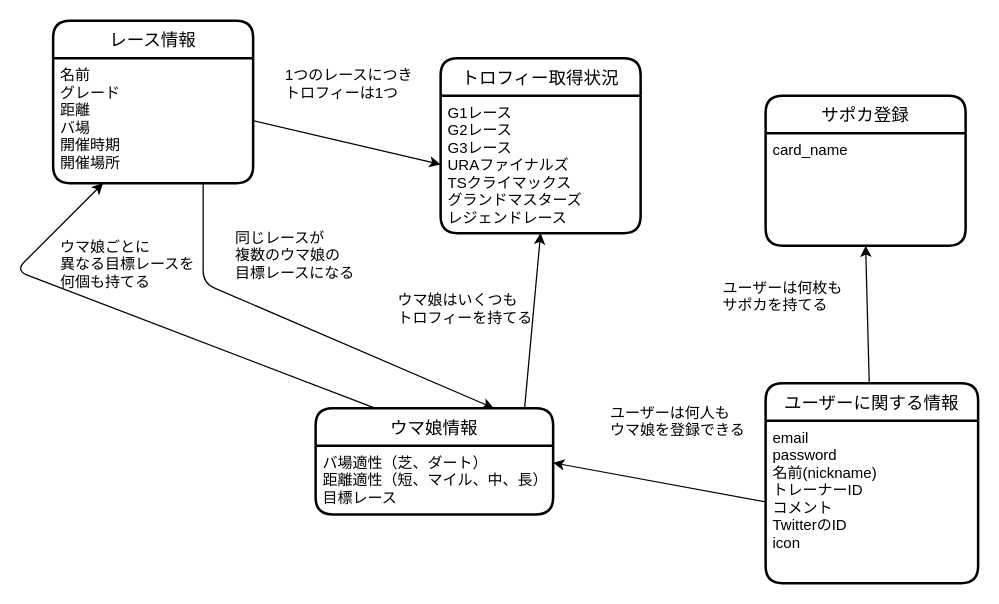
Above: ウマ娘全冠支援ツールモデリング.dio in kenkenkaiden/umamusume_crown_complete_support (draw.io), before the change. Source tidied: cells renumbered, new cells numbered last; positions are measured from the earlier drawing's top-left corner, leaving out a move shared by most shapes. Both pictures are drawn from the tidied source at 125%, with x=0, y=0 at pixel (15, 20).
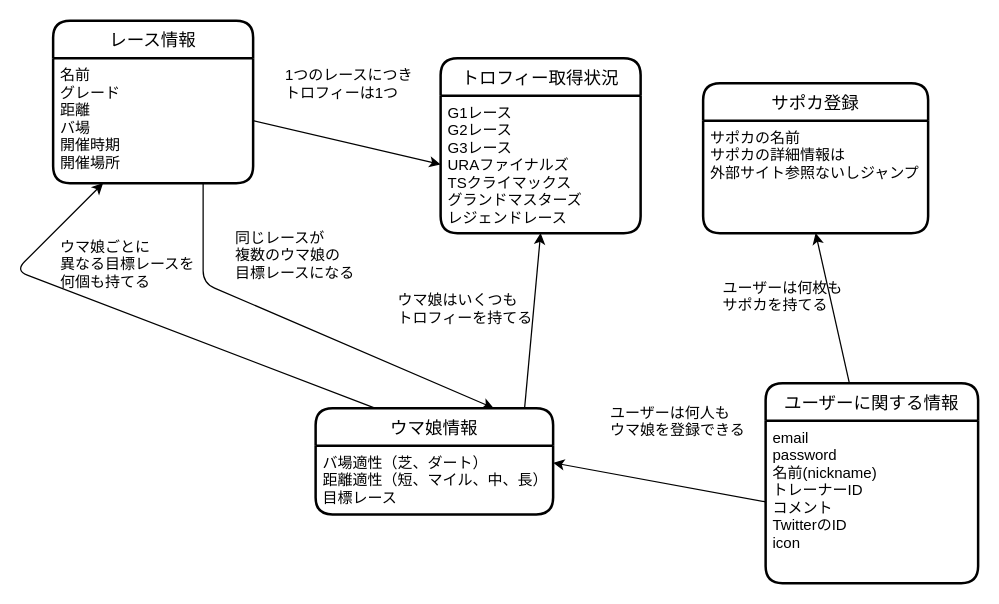
The same page after the edit.

Commit message (it also covers changes not shown here):
テーブルの再設計に伴うER図の更新など

Diff of the diagram source:
```diff
@@
     <mxCell id="6" value="サポカ登録" style="swimlane;horizontal=1;startSize=30;rounded=1;fontSize=14;fontStyle=0;strokeWidth=2;shadow=0;dashed=0;align=center;" parent="1" vertex="1">
-      <mxGeometry x="600" y="60" width="160" height="120" as="geometry" />
+      <mxGeometry x="550" y="50" width="180" height="120" as="geometry" />
     </mxCell>
-    <mxCell id="7" value="card_name" style="align=left;strokeColor=none;fillColor=none;spacingLeft=4;fontSize=12;verticalAlign=top;" parent="6" vertex="1">
-      <mxGeometry y="30" width="160" height="90" as="geometry" />
+    <mxCell id="7" value="サポカの名前&#10;サポカの詳細情報は&#10;外部サイト参照ないしジャンプ" style="align=left;strokeColor=none;fillColor=none;spacingLeft=4;fontSize=12;verticalAlign=top;" parent="6" vertex="1">
+      <mxGeometry y="30" width="180" height="90" as="geometry" />
     </mxCell>
```
